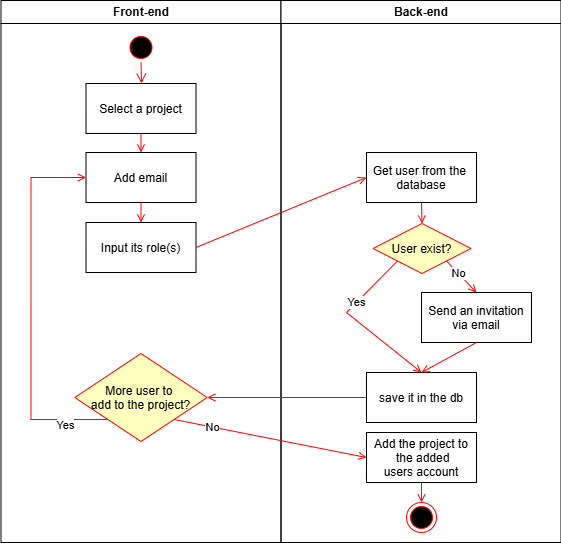
Above: requirements/addingusers.drawio.png in delphvr/TFE (draw.io), before the change. Source tidied: cells renumbered, new cells last; positions are measured from the earlier drawing's top-left corner, leaving out a move shared by most shapes.
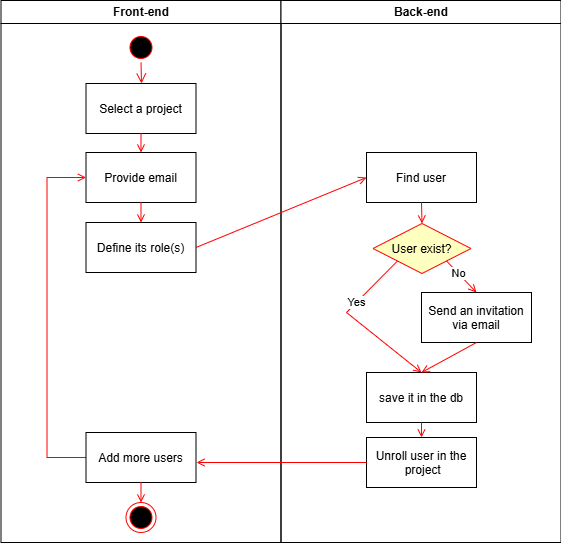
The same file after the commit.

Commit message:
Misse à jour activity diagram and calendar

Change to the diagram source:
```diff
@@ -11,47 +11,50 @@
     <mxCell id="4" style="edgeStyle=elbowEdgeStyle;elbow=horizontal;verticalAlign=bottom;endArrow=open;endSize=8;strokeColor=#FF0000;endFill=1;rounded=0;exitX=0.5;exitY=1;exitDx=0;exitDy=0;entryX=0.5;entryY=0;entryDx=0;entryDy=0;" parent="2" edge="1" source="3" target="10">
       <mxGeometry x="100" y="40" as="geometry" />
     </mxCell>
-    <mxCell id="5" value="Add email" parent="2" vertex="1">
+    <mxCell id="5" value="Provide email" parent="2" vertex="1">
       <mxGeometry x="85" y="152" width="110" height="50" as="geometry" />
     </mxCell>
     <mxCell id="6" style="endArrow=open;strokeColor=#FF0000;endFill=1;rounded=0;entryX=0.5;entryY=0;entryDx=0;entryDy=0;exitX=0.5;exitY=1;exitDx=0;exitDy=0;" parent="2" edge="1" source="5" target="12">
       <mxGeometry relative="1" as="geometry" />
     </mxCell>
-    <mxCell id="7" style="edgeStyle=elbowEdgeStyle;elbow=horizontal;strokeColor=#FF0000;endArrow=open;endFill=1;rounded=0;exitX=0;exitY=1;exitDx=0;exitDy=0;entryX=0;entryY=0.5;entryDx=0;entryDy=0;" parent="2" edge="1" source="9" target="5">
+    <mxCell id="7" style="edgeStyle=elbowEdgeStyle;elbow=horizontal;strokeColor=#FF0000;endArrow=open;endFill=1;rounded=0;exitX=0;exitY=0.5;exitDx=0;exitDy=0;entryX=0;entryY=0.5;entryDx=0;entryDy=0;" parent="2" edge="1" source="31" target="5">
       <mxGeometry relative="1" as="geometry">
         <Array as="points">
-          <mxPoint x="30" y="250" />
+          <mxPoint x="46" y="322" />
         </Array>
       </mxGeometry>
     </mxCell>
-    <mxCell id="8" value="Yes" style="edgeLabel;html=1;align=center;verticalAlign=middle;" parent="7" vertex="1">
-      <mxGeometry x="-0.7" y="2" relative="1" as="geometry">
-        <mxPoint x="13" y="3" as="offset" />
-      </mxGeometry>
-    </mxCell>
-    <mxCell id="9" value="More user to &#10;add to the project?" style="rhombus;fillColor=#ffffc0;strokeColor=#ff0000;" parent="2" vertex="1">
-      <mxGeometry x="73.8" y="353" width="132.5" height="88" as="geometry" />
-    </mxCell>
     <mxCell id="10" value="Select a project" parent="2" vertex="1">
       <mxGeometry x="85" y="83" width="110" height="50" as="geometry" />
     </mxCell>
     <mxCell id="11" style="endArrow=open;strokeColor=#FF0000;endFill=1;rounded=0;entryX=0.5;entryY=0;entryDx=0;entryDy=0;exitX=0.5;exitY=1;exitDx=0;exitDy=0;" parent="2" edge="1" source="10" target="5">
       <mxGeometry relative="1" as="geometry" />
     </mxCell>
-    <mxCell id="12" value="Input its role(s)" parent="2" vertex="1">
+    <mxCell id="12" value="Define its role(s)" parent="2" vertex="1">
       <mxGeometry x="85" y="222" width="110" height="50" as="geometry" />
     </mxCell>
+    <mxCell id="31" value="Add more users" parent="2" vertex="1">
+      <mxGeometry x="85" y="432" width="110" height="50" as="geometry" />
+    </mxCell>
+    <mxCell id="26" style="endArrow=open;strokeColor=#FF0000;endFill=1;rounded=0;entryX=0.5;entryY=0;entryDx=0;entryDy=0;exitX=0.5;exitY=1;exitDx=0;exitDy=0;" parent="2" edge="1" target="25">
+      <mxGeometry relative="1" as="geometry">
+        <mxPoint x="140" y="482" as="sourcePoint" />
+      </mxGeometry>
+    </mxCell>
+    <mxCell id="25" style="ellipse;html=1;shape=endState;fillColor=#000000;strokeColor=#ff0000;" parent="2" vertex="1">
+      <mxGeometry x="125" y="502" width="30" height="30" as="geometry" />
+    </mxCell>
     <mxCell id="13" value="Back-end" style="swimlane;whiteSpace=wrap;" parent="1" vertex="1">
       <mxGeometry x="280.5" width="280" height="542" as="geometry" />
     </mxCell>
-    <mxCell id="14" value="Get user from the &#10;database" parent="13" vertex="1">
+    <mxCell id="14" value="Find user" parent="13" vertex="1">
       <mxGeometry x="85.5" y="152" width="110" height="50" as="geometry" />
     </mxCell>
     <mxCell id="15" value="save it in the db" parent="13" vertex="1">
       <mxGeometry x="85.5" y="372" width="110" height="50" as="geometry" />
     </mxCell>
-    <mxCell id="16" value="Add the project to&#10; the added&#10;users account" parent="13" vertex="1">
-      <mxGeometry x="85.5" y="432" width="110" height="50" as="geometry" />
+    <mxCell id="16" value="Unroll user in the&#10; project" parent="13" vertex="1">
+      <mxGeometry x="85.5" y="437" width="110" height="50" as="geometry" />
     </mxCell>
     <mxCell id="17" value="User exist?" style="rhombus;fillColor=#ffffc0;strokeColor=#ff0000;" parent="13" vertex="1">
       <mxGeometry x="92" y="223" width="98" height="50" as="geometry" />
@@ -81,23 +84,17 @@
     <mxCell id="24" style="endArrow=open;strokeColor=#FF0000;endFill=1;rounded=0;entryX=0.5;entryY=0;entryDx=0;entryDy=0;exitX=0.5;exitY=1;exitDx=0;exitDy=0;" parent="13" edge="1" source="18" target="15">
       <mxGeometry relative="1" as="geometry" />
     </mxCell>
-    <mxCell id="25" style="ellipse;html=1;shape=endState;fillColor=#000000;strokeColor=#ff0000;" parent="13" vertex="1">
-      <mxGeometry x="125.5" y="502" width="30" height="30" as="geometry" />
-    </mxCell>
-    <mxCell id="26" style="endArrow=open;strokeColor=#FF0000;endFill=1;rounded=0;entryX=0.5;entryY=0;entryDx=0;entryDy=0;exitX=0.5;exitY=1;exitDx=0;exitDy=0;" parent="13" edge="1" source="16" target="25">
-      <mxGeometry relative="1" as="geometry" />
-    </mxCell>
-    <mxCell id="27" style="endArrow=open;strokeColor=#FF0000;endFill=1;rounded=0;entryX=0;entryY=0.5;entryDx=0;entryDy=0;exitX=1;exitY=1;exitDx=0;exitDy=0;" parent="1" edge="1" source="9" target="16">
-      <mxGeometry relative="1" as="geometry" />
-    </mxCell>
-    <mxCell id="28" value="No" style="edgeLabel;html=1;align=center;verticalAlign=middle;" parent="27" vertex="1">
-      <mxGeometry x="-0.6" relative="1" as="geometry" />
-    </mxCell>
+    <mxCell id="30" style="endArrow=open;strokeColor=#FF0000;endFill=1;rounded=0;exitX=0;exitY=0.5;exitDx=0;exitDy=0;" parent="13" edge="1">
+      <mxGeometry relative="1" as="geometry">
+        <mxPoint x="85.5" y="462" as="sourcePoint" />
+        <mxPoint x="-84.5" y="462" as="targetPoint" />
+      </mxGeometry>
+    </mxCell>
+    <mxCell id="32" style="endArrow=open;strokeColor=#FF0000;endFill=1;rounded=0;entryX=0.5;entryY=0;entryDx=0;entryDy=0;exitX=0.5;exitY=1;exitDx=0;exitDy=0;" parent="13" edge="1" source="15" target="16">
+      <mxGeometry relative="1" as="geometry" />
+    </mxCell>
     <mxCell id="29" style="endArrow=open;strokeColor=#FF0000;endFill=1;rounded=0;entryX=0;entryY=0.5;entryDx=0;entryDy=0;exitX=1;exitY=0.5;exitDx=0;exitDy=0;" parent="1" edge="1" source="12" target="14">
       <mxGeometry relative="1" as="geometry" />
     </mxCell>
-    <mxCell id="30" style="endArrow=open;strokeColor=#FF0000;endFill=1;rounded=0;entryX=1;entryY=0.5;entryDx=0;entryDy=0;exitX=0;exitY=0.5;exitDx=0;exitDy=0;" parent="1" edge="1" source="15" target="9">
-      <mxGeometry relative="1" as="geometry" />
-    </mxCell>
   </root>
 </mxGraphModel>
```
